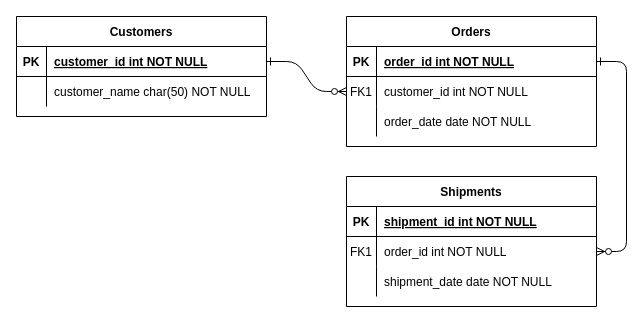
Above: carteirinha aluno modelagem.drawio in Djalma0multfacil/carteirinha_modelagem (draw.io), before the change. Source tidied: cells renumbered, new cells numbered last; positions are measured from the earlier drawing's top-left corner, leaving out a move shared by most shapes. Both pictures are drawn from the tidied source at 100%, with x=0, y=0 at pixel (16, 16).
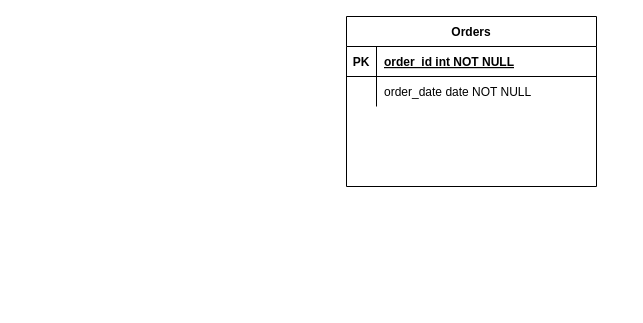
The same page after the edit.

The change refers to these unchanged cells:
```xml
<mxCell id="5" style="shape=partialRectangle;fillColor=none;points=[[0,0.5],[1,0.5]];portConstraint=eastwest;top=0;left=0;right=0;bottom=1;" parent="4" vertex="1">
  <mxGeometry y="30" width="250" height="30" as="geometry" />
</mxCell>
```

Change to the diagram source:
```diff
@@
-    <mxCell id="2" style="edgeStyle=entityRelationEdgeStyle;endArrow=ERzeroToMany;startArrow=ERone;endFill=1;startFill=0;" parent="1" edge="1" source="25" target="8">
-      <mxGeometry relative="1" as="geometry" />
-    </mxCell>
-    <mxCell id="3" style="edgeStyle=entityRelationEdgeStyle;endArrow=ERzeroToMany;startArrow=ERone;endFill=1;startFill=0;" parent="1" edge="1" source="5" target="18">
-      <mxGeometry relative="1" as="geometry" />
-    </mxCell>
     <mxCell id="4" value="Orders" style="shape=table;startSize=30;childLayout=tableLayout;rowLines=0;fontStyle=1;align=center;" parent="1" vertex="1">
-      <mxGeometry x="330" width="250" height="130" as="geometry" />
+      <mxGeometry x="330" width="250" height="170" as="geometry" />
     </mxCell>
@@
-    <mxCell id="8" style="shape=partialRectangle;fillColor=none;points=[[0,0.5],[1,0.5]];portConstraint=eastwest;top=0;left=0;right=0;bottom=0;" parent="4" vertex="1">
-      <mxGeometry y="60" width="250" height="30" as="geometry" />
-    </mxCell>
-    <mxCell id="9" value="FK1" style="shape=partialRectangle;overflow=hidden;fillColor=none;top=0;left=0;bottom=0;right=0;" parent="8" vertex="1">
-      <mxGeometry width="30" height="30" as="geometry" />
-    </mxCell>
-    <mxCell id="10" value="customer_id int NOT NULL" style="shape=partialRectangle;overflow=hidden;fillColor=none;top=0;left=0;bottom=0;right=0;align=left;spacingLeft=6;" parent="8" vertex="1">
-      <mxGeometry x="30" width="220" height="30" as="geometry" />
-    </mxCell>
     <mxCell id="11" style="shape=partialRectangle;fillColor=none;top=0;left=0;right=0;bottom=0;" parent="4" vertex="1">
-      <mxGeometry y="90" width="250" height="30" as="geometry" />
+      <mxGeometry y="60" width="250" height="30" as="geometry" />
     </mxCell>
@@
-    <mxCell id="14" value="Shipments" style="shape=table;startSize=30;childLayout=tableLayout;rowLines=0;fontStyle=1;align=center;" parent="1" vertex="1">
-      <mxGeometry x="330" y="160" width="250" height="130" as="geometry" />
-    </mxCell>
-    <mxCell id="15" style="shape=partialRectangle;fillColor=none;top=0;left=0;right=0;bottom=1;" parent="14" vertex="1">
-      <mxGeometry y="30" width="250" height="30" as="geometry" />
-    </mxCell>
-    <mxCell id="16" value="PK" style="shape=partialRectangle;overflow=hidden;fillColor=none;top=0;left=0;bottom=0;right=0;fontStyle=1;" parent="15" vertex="1">
-      <mxGeometry width="30" height="30" as="geometry" />
-    </mxCell>
-    <mxCell id="17" value="shipment_id int NOT NULL " style="shape=partialRectangle;overflow=hidden;fillColor=none;top=0;left=0;bottom=0;right=0;align=left;spacingLeft=6;fontStyle=5;" parent="15" vertex="1">
-      <mxGeometry x="30" width="220" height="30" as="geometry" />
-    </mxCell>
-    <mxCell id="18" style="shape=partialRectangle;fillColor=none;points=[[0,0.5],[1,0.5]];portConstraint=eastwest;top=0;left=0;right=0;bottom=0;" parent="14" vertex="1">
-      <mxGeometry y="60" width="250" height="30" as="geometry" />
-    </mxCell>
-    <mxCell id="19" value="FK1" style="shape=partialRectangle;overflow=hidden;fillColor=none;top=0;left=0;bottom=0;right=0;" parent="18" vertex="1">
-      <mxGeometry width="30" height="30" as="geometry" />
-    </mxCell>
-    <mxCell id="20" value="order_id int NOT NULL" style="shape=partialRectangle;overflow=hidden;fillColor=none;top=0;left=0;bottom=0;right=0;align=left;spacingLeft=6;" parent="18" vertex="1">
-      <mxGeometry x="30" width="220" height="30" as="geometry" />
-    </mxCell>
-    <mxCell id="21" style="shape=partialRectangle;fillColor=none;top=0;left=0;right=0;bottom=0;" parent="14" vertex="1">
-      <mxGeometry y="90" width="250" height="30" as="geometry" />
-    </mxCell>
-    <mxCell id="22" style="shape=partialRectangle;overflow=hidden;fillColor=none;top=0;left=0;bottom=0;right=0;" parent="21" vertex="1">
-      <mxGeometry width="30" height="30" as="geometry" />
-    </mxCell>
-    <mxCell id="23" value="shipment_date date NOT NULL" style="shape=partialRectangle;overflow=hidden;fillColor=none;top=0;left=0;bottom=0;right=0;align=left;spacingLeft=6;" parent="21" vertex="1">
-      <mxGeometry x="30" width="220" height="30" as="geometry" />
-    </mxCell>
-    <mxCell id="24" value="Customers" style="shape=table;startSize=30;childLayout=tableLayout;rowLines=0;fontStyle=1;align=center;" parent="1" vertex="1">
-      <mxGeometry width="250" height="100" as="geometry" />
-    </mxCell>
-    <mxCell id="25" style="shape=partialRectangle;fillColor=none;points=[[0,0.5],[1,0.5]];portConstraint=eastwest;top=0;left=0;right=0;bottom=1;" parent="24" vertex="1">
-      <mxGeometry y="30" width="250" height="30" as="geometry" />
-    </mxCell>
-    <mxCell id="26" value="PK" style="shape=partialRectangle;overflow=hidden;fillColor=none;top=0;left=0;bottom=0;right=0;fontStyle=1;" parent="25" vertex="1">
-      <mxGeometry width="30" height="30" as="geometry" />
-    </mxCell>
-    <mxCell id="27" value="customer_id int NOT NULL " style="shape=partialRectangle;overflow=hidden;fillColor=none;top=0;left=0;bottom=0;right=0;align=left;spacingLeft=6;fontStyle=5;" parent="25" vertex="1">
-      <mxGeometry x="30" width="220" height="30" as="geometry" />
-    </mxCell>
-    <mxCell id="28" style="shape=partialRectangle;fillColor=none;top=0;left=0;right=0;bottom=0;" parent="24" vertex="1">
-      <mxGeometry y="60" width="250" height="30" as="geometry" />
-    </mxCell>
-    <mxCell id="29" style="shape=partialRectangle;overflow=hidden;fillColor=none;top=0;left=0;bottom=0;right=0;" parent="28" vertex="1">
-      <mxGeometry width="30" height="30" as="geometry" />
-    </mxCell>
-    <mxCell id="30" value="customer_name char(50) NOT NULL" style="shape=partialRectangle;overflow=hidden;fillColor=none;top=0;left=0;bottom=0;right=0;align=left;spacingLeft=6;" parent="28" vertex="1">
-      <mxGeometry x="30" width="220" height="30" as="geometry" />
-    </mxCell>
```
